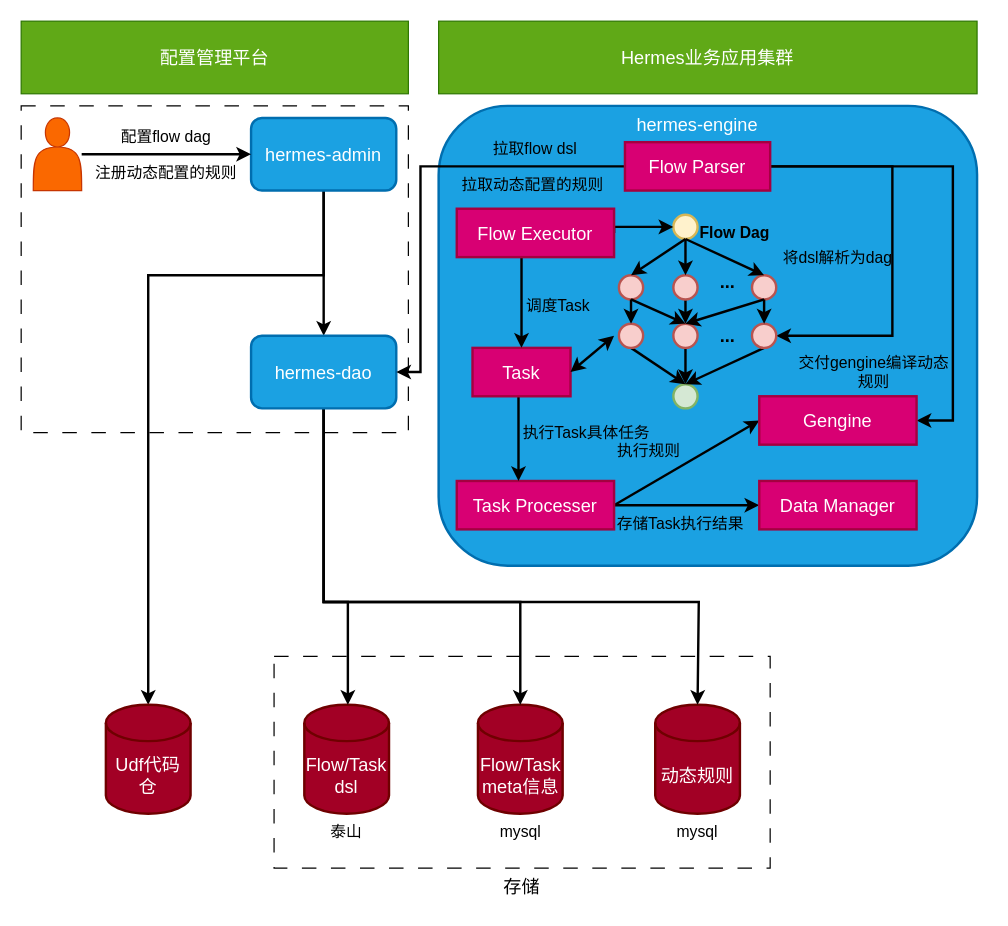
Before: hermes架构图.drawio in smartcharles/tech_draw, a draw.io diagram. Source tidied: cells renumbered, new cells numbered last; positions are measured from the earlier drawing's top-left corner, leaving out a move shared by most shapes. Both pictures are drawn from the tidied source at 121%, with x=0, y=0 at pixel (21, 21).
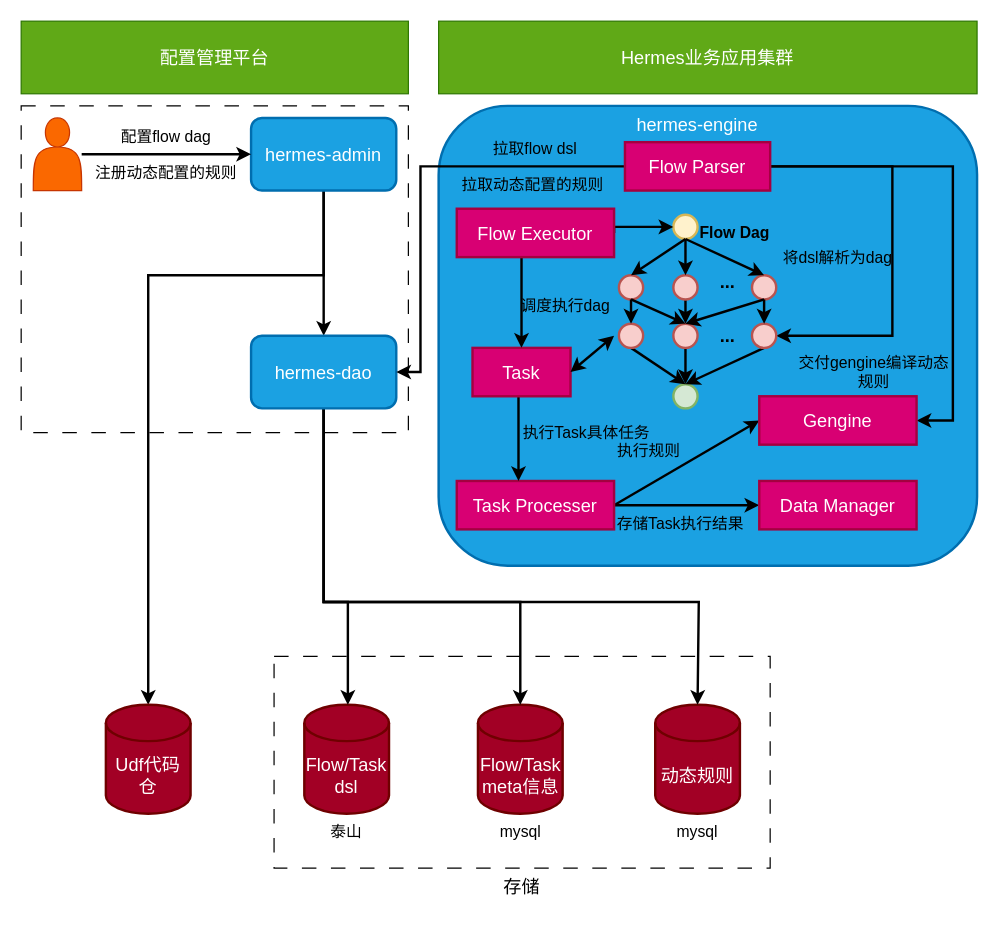
After the change.

Commit message:
更新hermes架构图.drawio

The edit, as a diff of the source:
```diff
@@
-    <mxCell id="74" value="调度Task" style="text;strokeColor=none;align=center;fillColor=none;html=1;verticalAlign=middle;whiteSpace=wrap;rounded=0;fontSize=13;" parent="1" vertex="1">
-      <mxGeometry x="394" y="220" width="100" height="30" as="geometry" />
+    <mxCell id="74" value="调度执行dag" style="text;strokeColor=none;align=center;fillColor=none;html=1;verticalAlign=middle;whiteSpace=wrap;rounded=0;fontSize=13;" parent="1" vertex="1">
+      <mxGeometry x="400" y="220" width="100" height="30" as="geometry" />
     </mxCell>
```
